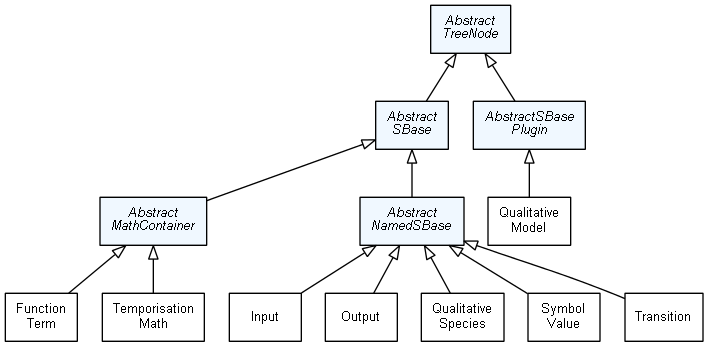
The Graphviz diagram extensions/qual/doc/img/type_hierarchy.png in sbmlteam/jsbml, before a commit. Its source is kept beside it as extensions/qual/doc/img/type_hierarchy.dot. Its diagram source:
```dot

strict digraph G{

	nodesep=0.25;
	ranksep=0.5;

	edge [
	  fontname="Helvetica",
	  fontsize=10,
	  labelfontname="Helvetica",
	  labelfontsize=10
	];
	node [
	  fontname="Helvetica",
	  fontsize=10,
	  shape=box
	];
  /*
   * Abstract data types
   */
  AbstractMathContainer                      [label=<<font><I>Abstract<br/>MathContainer</I></font>>, style="filled", fillcolor="#F0F8FF"];
  AbstractNamedSBase                         [label=<<font><I>Abstract<br/>NamedSBase</I></font>>, style="filled", fillcolor="#F0F8FF"];
  AbstractSBase                              [label=<<font><I>Abstract<br/>SBase</I></font>>, style="filled", fillcolor="#F0F8FF"];
  AbstractSBasePlugin                        [label=<<font><I>AbstractSBase<br/>Plugin</I></font>>, style="filled", fillcolor="#F0F8FF"];
  AbstractTreeNode                           [label=<<font><I>Abstract<br/>TreeNode</I></font>>, style="filled", fillcolor="#F0F8FF"];

  /*
   * Objects
   */
  FunctionTerm                               [label="Function\nTerm"];
  Input                                      [label="Input"];
  Output                                     [label="Output"];
  QualitativeSpecies                         [label="Qualitative\nSpecies"];
  QualitativeModel                           [label="Qualitative\nModel"];
  SymbolValue                                [label="Symbol\nValue"];
  TemporisationMath                          [label="Temporisation\nMath"];
  Transition                                 [label="Transition"];

  /*
   * inheritance graph
   */
  AbstractMathContainer -> FunctionTerm      [dir=back,arrowtail=empty];

  AbstractNamedSBase -> QualitativeSpecies   [dir=back,arrowtail=empty];
  AbstractNamedSBase -> Transition           [dir=back,arrowtail=empty];
  AbstractNamedSBase -> Input                [dir=back,arrowtail=empty];
  AbstractNamedSBase -> Output               [dir=back,arrowtail=empty];
  AbstractNamedSBase -> SymbolValue          [dir=back,arrowtail=empty];

  AbstractSBase -> AbstractNamedSBase        [dir=back,arrowtail=empty];
  AbstractSBase -> AbstractMathContainer     [dir=back,arrowtail=empty];

  AbstractSBasePlugin -> QualitativeModel    [dir=back,arrowtail=empty];

  AbstractTreeNode -> AbstractSBasePlugin    [dir=back,arrowtail=empty];
  AbstractTreeNode -> AbstractSBase          [dir=back,arrowtail=empty];

  AbstractMathContainer -> TemporisationMath [dir=back,arrowtail=empty]
}
```
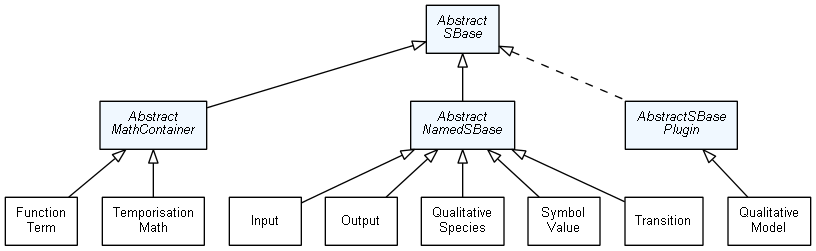
Later version of the same file.

Commit message:
Changed type hierachy of qual extension

The edit, as a diff of the source:
```diff
@@ -22,7 +22,6 @@
   AbstractNamedSBase                         [label=<<font><I>Abstract<br/>NamedSBase</I></font>>, style="filled", fillcolor="#F0F8FF"];
   AbstractSBase                              [label=<<font><I>Abstract<br/>SBase</I></font>>, style="filled", fillcolor="#F0F8FF"];
   AbstractSBasePlugin                        [label=<<font><I>AbstractSBase<br/>Plugin</I></font>>, style="filled", fillcolor="#F0F8FF"];
-  AbstractTreeNode                           [label=<<font><I>Abstract<br/>TreeNode</I></font>>, style="filled", fillcolor="#F0F8FF"];
 
   /*
    * Objects
@@ -49,11 +48,9 @@
 
   AbstractSBase -> AbstractNamedSBase        [dir=back,arrowtail=empty];
   AbstractSBase -> AbstractMathContainer     [dir=back,arrowtail=empty];
+  AbstractSBase -> AbstractSBasePlugin       [dir=back,arrowtail=empty,style=dashed];
 
   AbstractSBasePlugin -> QualitativeModel    [dir=back,arrowtail=empty];
 
-  AbstractTreeNode -> AbstractSBasePlugin    [dir=back,arrowtail=empty];
-  AbstractTreeNode -> AbstractSBase          [dir=back,arrowtail=empty];
-
   AbstractMathContainer -> TemporisationMath [dir=back,arrowtail=empty]
 }
```
